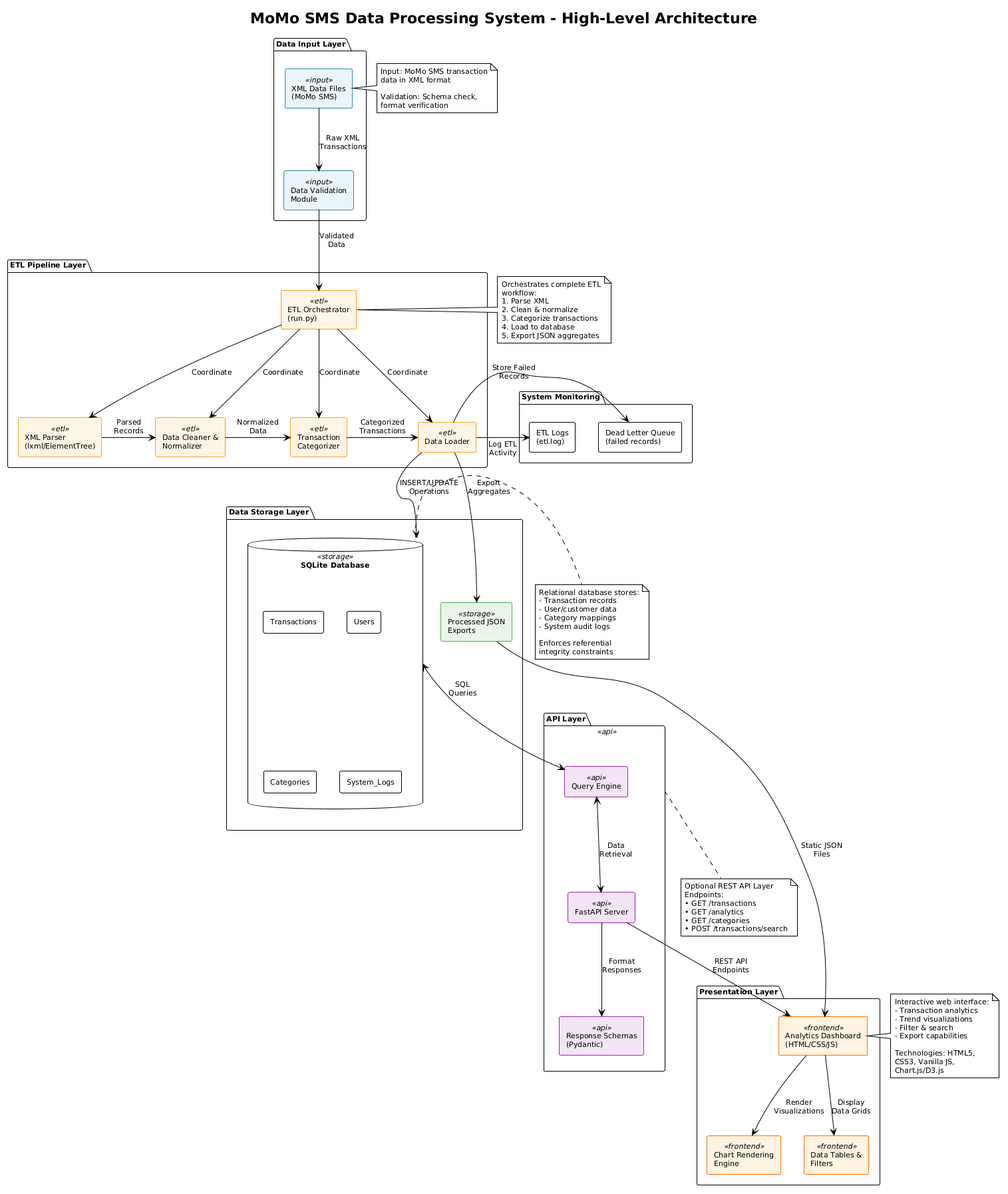
This is docs/architecture.png from banituze/momo-sms, a PlantUML export, as it was before one commit.
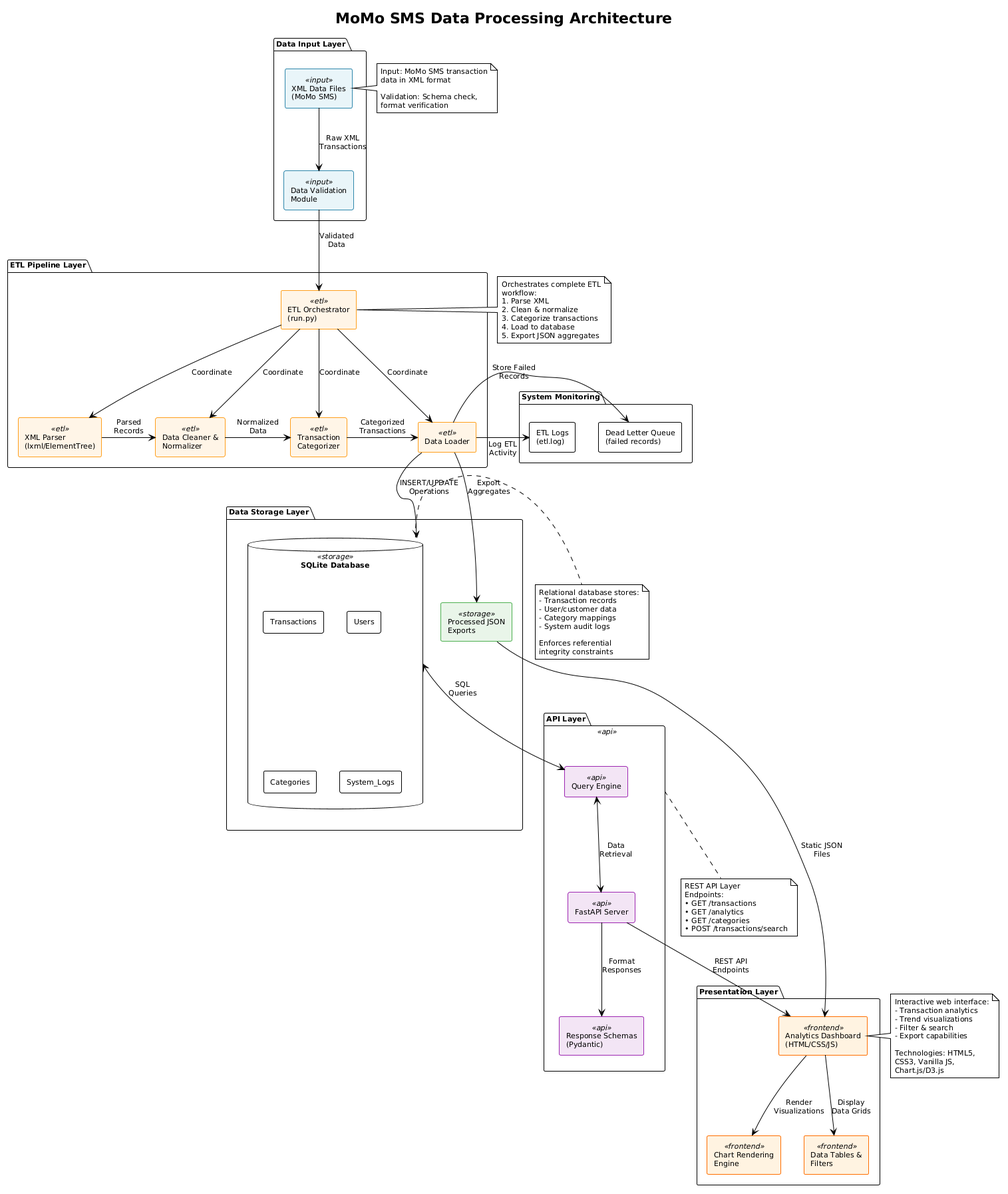
Later version of the same file.

Diff of the diagram source:
```diff
@@ -1,11 +1,11 @@
 @startuml
+title MoMo SMS Data Processing Architecture
+
 !theme plain
 skinparam componentStyle rectangle
 skinparam backgroundColor #FEFEFE
 skinparam defaultFontName Arial
 skinparam defaultFontSize 11
-
-title MoMo SMS Data Processing System - High-Level Architecture
 
 skinparam component {
   BackgroundColor<<input>> #E8F4F8
@@ -130,7 +130,7 @@
 end note
 
 note bottom of APILayer
-  Optional REST API Layer
+  REST API Layer
   Endpoints:
   • GET /transactions
   • GET /analytics
```
